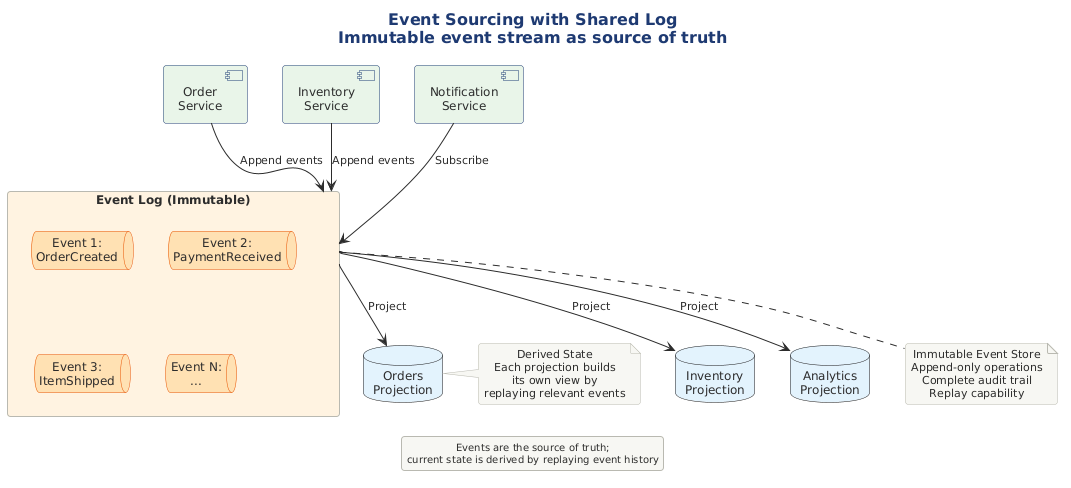
Notoriousjayy/latex-docs keeps this PlantUML diagram as src/architecture/views-and-beyond/style-catalogs/component-and-connector/shared-data-style/png/event-sourcing-shared-log-immutable-event.png. Above is the earlier version.
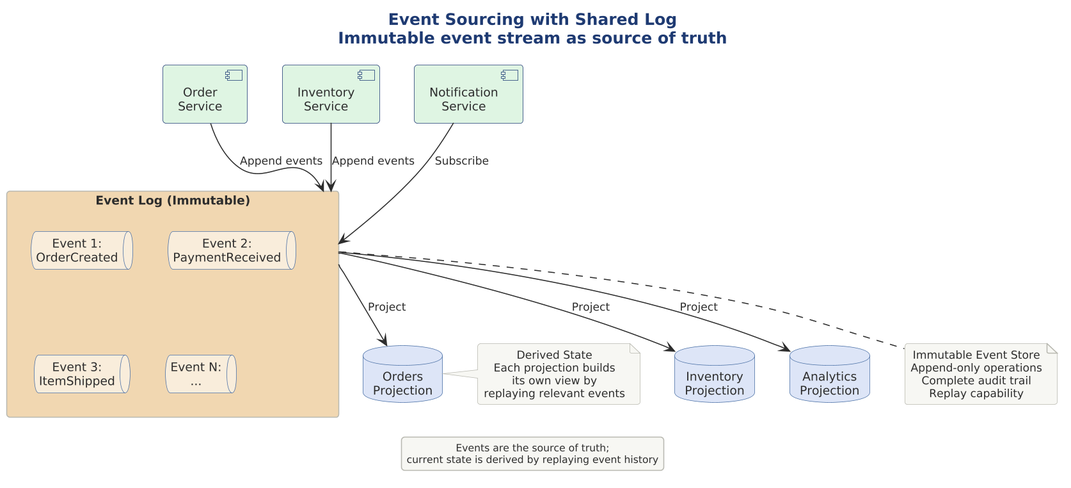
The same file after the commit.

Diff of the diagram source:
```diff
@@ -1,28 +1,28 @@
 @startuml
+
+skinparam dpi 150
+
+
+
 
 !include ../../../../../../tooling/styles/plantuml/structural/deployment-diagram-style.iuml
 
-skinparam queue {
-    BackgroundColor #FFF3E0
-    BorderColor #E65100
+title Event Sourcing with Shared Log\nImmutable event stream as source of truth
+
+[Order\nService] as orderSvc $fill_ok
+[Inventory\nService] as invSvc $fill_ok
+[Notification\nService] as notifSvc $fill_ok
+
+rectangle "Event Log (Immutable)" as eventLog $deep_caution {
+    queue "Event 1:\nOrderCreated" as e1 $fill_caution
+    queue "Event 2:\nPaymentReceived" as e2 $fill_caution
+    queue "Event 3:\nItemShipped" as e3 $fill_caution
+    queue "Event N:\n..." as en $fill_caution
 }
 
-title Event Sourcing with Shared Log\nImmutable event stream as source of truth
-
-[Order\nService] as orderSvc #E8F5E9
-[Inventory\nService] as invSvc #E8F5E9
-[Notification\nService] as notifSvc #E8F5E9
-
-rectangle "Event Log (Immutable)" as eventLog #FFF3E0 {
-    queue "Event 1:\nOrderCreated" as e1 #FFE0B2
-    queue "Event 2:\nPaymentReceived" as e2 #FFE0B2
-    queue "Event 3:\nItemShipped" as e3 #FFE0B2
-    queue "Event N:\n..." as en #FFE0B2
-}
-
-database "Orders\nProjection" as ordersView #E3F2FD
-database "Inventory\nProjection" as invView #E3F2FD
-database "Analytics\nProjection" as analyticsView #E3F2FD
+database "Orders\nProjection" as ordersView $fill_primary
+database "Inventory\nProjection" as invView $fill_primary
+database "Analytics\nProjection" as analyticsView $fill_primary
 
 orderSvc --> eventLog : Append events
 invSvc --> eventLog : Append events
```
